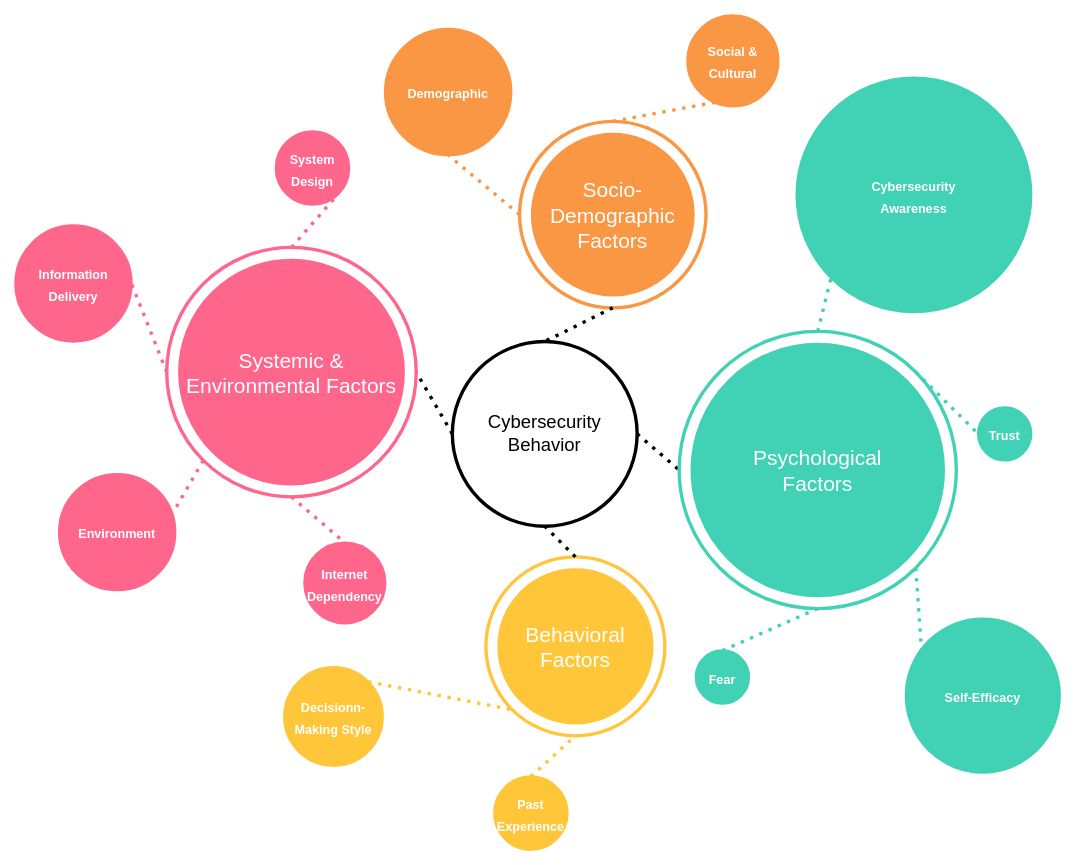
Above: page "Page-2" (4 of 5) of Diagrams/Codebook.drawio in HooradAboo/I-CLAIM (draw.io), before the change. Source tidied: cells renumbered, new cells numbered last; positions are measured from the earlier drawing's top-left corner, leaving out a move shared by most shapes. Both pictures are drawn from the tidied source at 84%, with x=0, y=0 at pixel (15, 15).
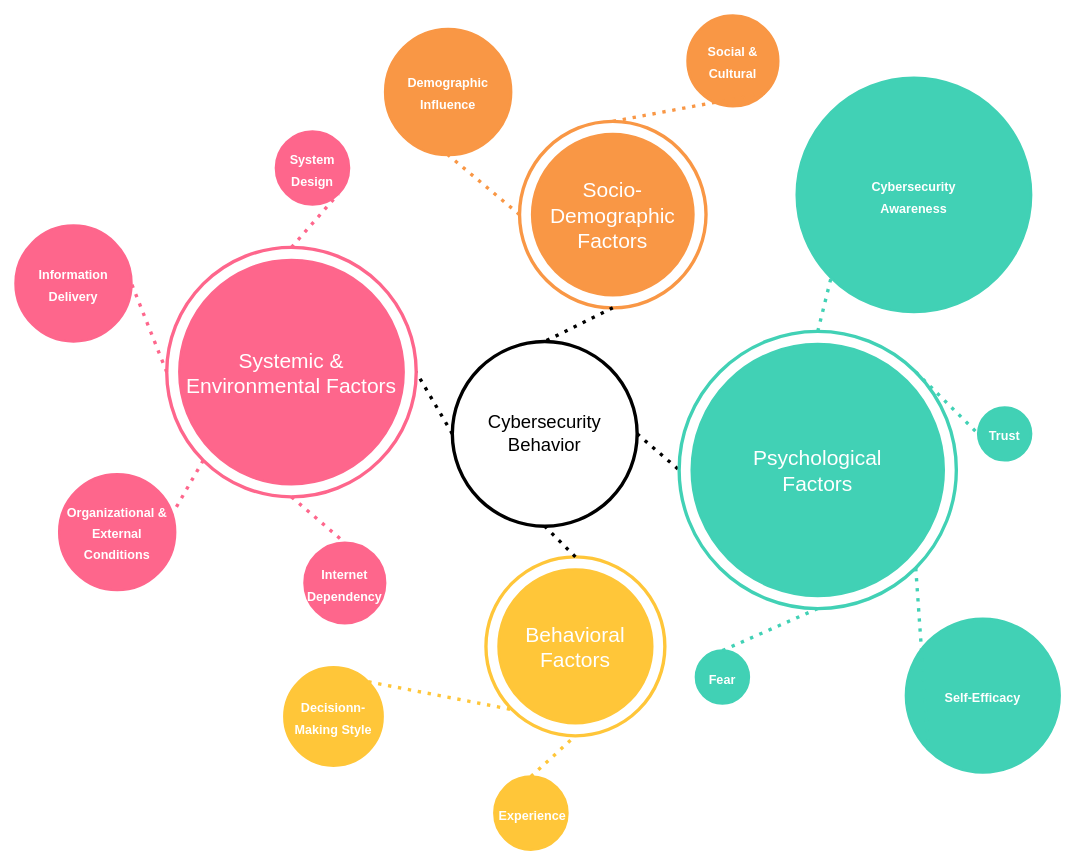
After the change.

Diff of the diagram source:
```diff
@@
-    <mxCell id="12" value="&lt;font style=&quot;color: light-dark(rgb(255, 255, 255), rgb(237, 237, 237)); font-size: 15px;&quot;&gt;Environment&lt;/font&gt;" style="ellipse;whiteSpace=wrap;html=1;strokeWidth=3;fontSize=21;verticalAlign=middle;align=center;fontFamily=Helvetica;fillColor=#FE668C;strokeColor=#FE668C;fontStyle=1;" parent="1" vertex="1">
+    <mxCell id="12" value="&lt;font style=&quot;color: light-dark(rgb(255, 255, 255), rgb(237, 237, 237)); font-size: 15px;&quot;&gt;Organizational &amp;amp; External Conditions&lt;/font&gt;" style="ellipse;whiteSpace=wrap;html=1;strokeWidth=3;fontSize=21;verticalAlign=middle;align=center;fontFamily=Helvetica;fillColor=#FE668C;strokeColor=#FE668C;fontStyle=1;" parent="1" vertex="1">
       <mxGeometry x="52" y="546" width="138" height="138" as="geometry" />
     </mxCell>
-    <mxCell id="13" value="&lt;font style=&quot;color: light-dark(rgb(255, 255, 255), rgb(237, 237, 237)); font-size: 15px;&quot;&gt;Demographic&lt;/font&gt;" style="ellipse;whiteSpace=wrap;html=1;strokeWidth=3;fontSize=21;verticalAlign=middle;align=center;fontFamily=Helvetica;fillColor=#F99745;strokeColor=#F99745;fontStyle=1;" parent="1" vertex="1">
+    <mxCell id="13" value="&lt;font style=&quot;color: light-dark(rgb(255, 255, 255), rgb(237, 237, 237)); font-size: 15px;&quot;&gt;Demographic Influence&lt;/font&gt;" style="ellipse;whiteSpace=wrap;html=1;strokeWidth=3;fontSize=21;verticalAlign=middle;align=center;fontFamily=Helvetica;fillColor=#F99745;strokeColor=#F99745;fontStyle=1;" parent="1" vertex="1">
       <mxGeometry x="440" y="16" width="150" height="150" as="geometry" />
     </mxCell>
@@
-    <mxCell id="18" value="&lt;font color=&quot;#ffffff&quot;&gt;&lt;span style=&quot;font-size: 15px;&quot;&gt;Past Experience&lt;/span&gt;&lt;/font&gt;" style="ellipse;whiteSpace=wrap;html=1;strokeWidth=3;fontSize=21;verticalAlign=middle;align=center;fontFamily=Helvetica;fillColor=#FFC639;strokeColor=#FFC639;fontStyle=1;" parent="1" vertex="1">
+    <mxCell id="18" value="&lt;font color=&quot;#ffffff&quot;&gt;&lt;span style=&quot;font-size: 15px;&quot;&gt;&amp;nbsp;Experience&lt;/span&gt;&lt;/font&gt;" style="ellipse;whiteSpace=wrap;html=1;strokeWidth=3;fontSize=21;verticalAlign=middle;align=center;fontFamily=Helvetica;fillColor=#FFC639;strokeColor=#FFC639;fontStyle=1;" parent="1" vertex="1">
       <mxGeometry x="570" y="906" width="87" height="87" as="geometry" />
     </mxCell>
```
